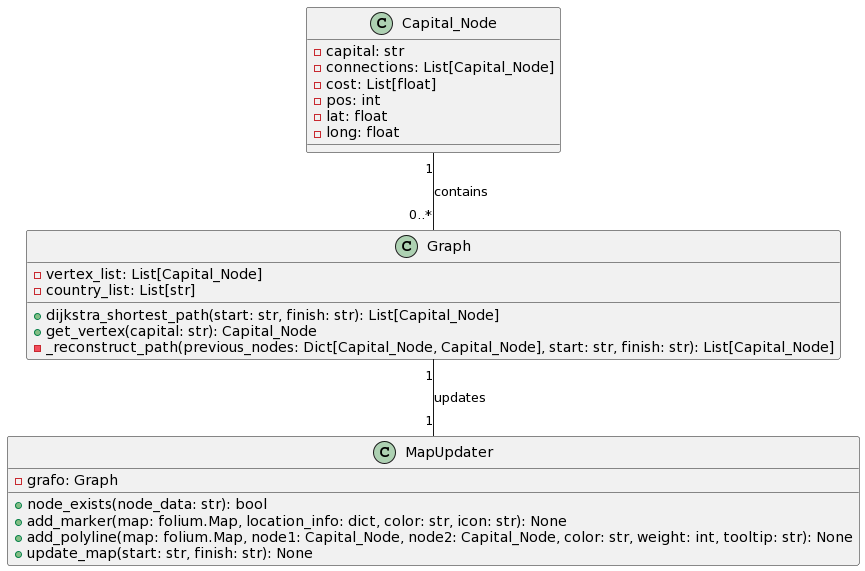
K3nnyZY/DS2_LAB2_AIRPORT keeps this PlantUML diagram as uml/UML_Diagram.png. Above is the earlier version.
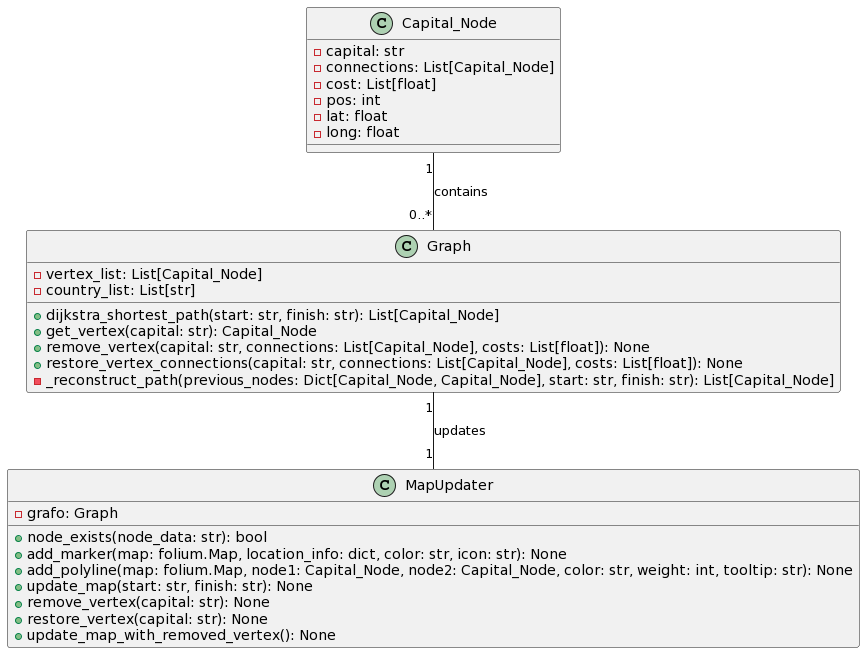
Later version of the same file.

The edit, as a diff of the source:
```diff
@@ -13,6 +13,8 @@
     -country_list: List[str]
     +dijkstra_shortest_path(start: str, finish: str): List[Capital_Node]
     +get_vertex(capital: str): Capital_Node
+    +remove_vertex(capital: str, connections: List[Capital_Node], costs: List[float]): None
+    +restore_vertex_connections(capital: str, connections: List[Capital_Node], costs: List[float]): None
     -_reconstruct_path(previous_nodes: Dict[Capital_Node, Capital_Node], start: str, finish: str): List[Capital_Node]
 }
 
@@ -22,6 +24,9 @@
     +add_marker(map: folium.Map, location_info: dict, color: str, icon: str): None
     +add_polyline(map: folium.Map, node1: Capital_Node, node2: Capital_Node, color: str, weight: int, tooltip: str): None
     +update_map(start: str, finish: str): None
+    +remove_vertex(capital: str): None
+    +restore_vertex(capital: str): None
+    +update_map_with_removed_vertex(): None
 }
 
 Capital_Node "1" -- "0..*" Graph: contains
```
